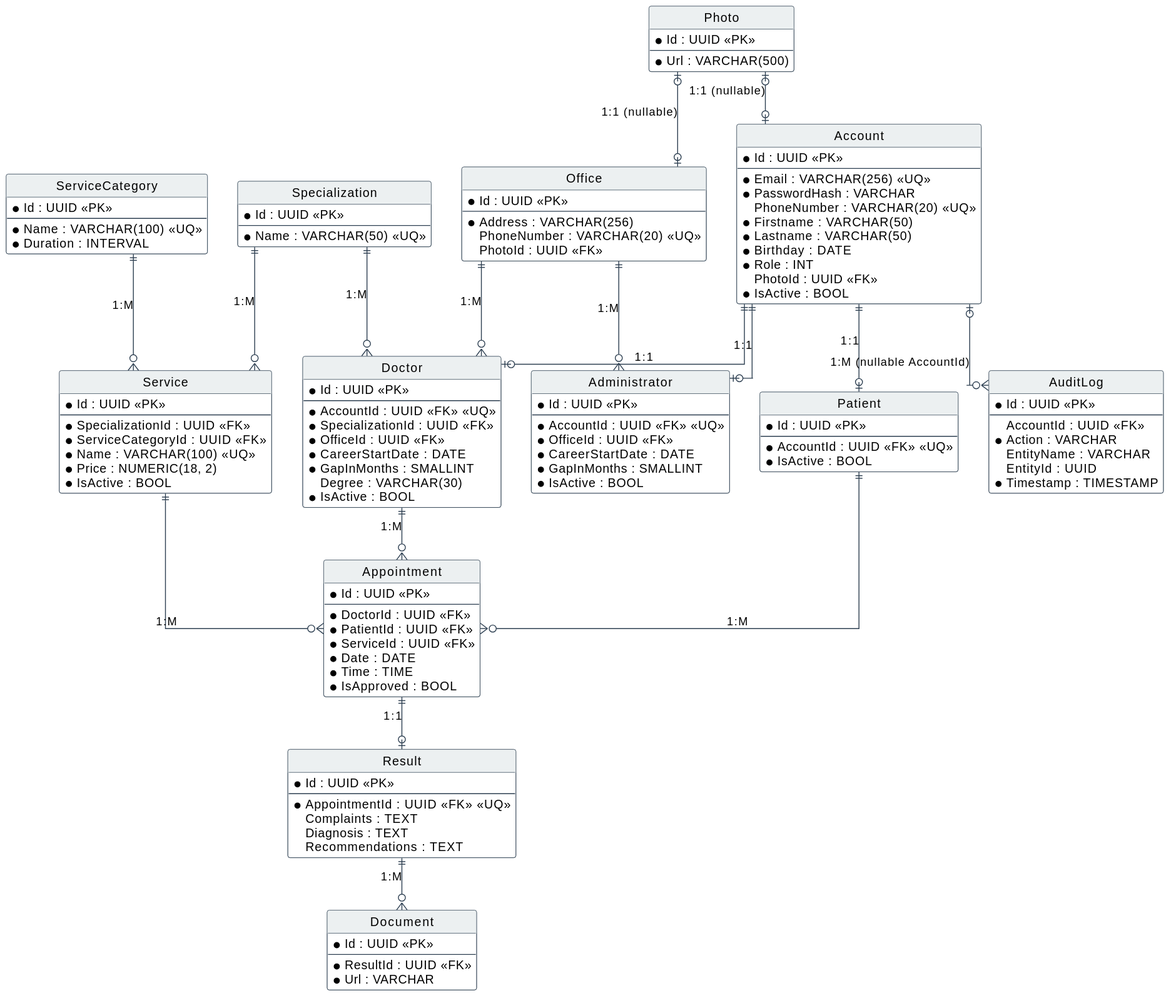
Earlier version of the PlantUML export LR1/diagram.svg (lapivan/DM-DBMS-BSUIR).
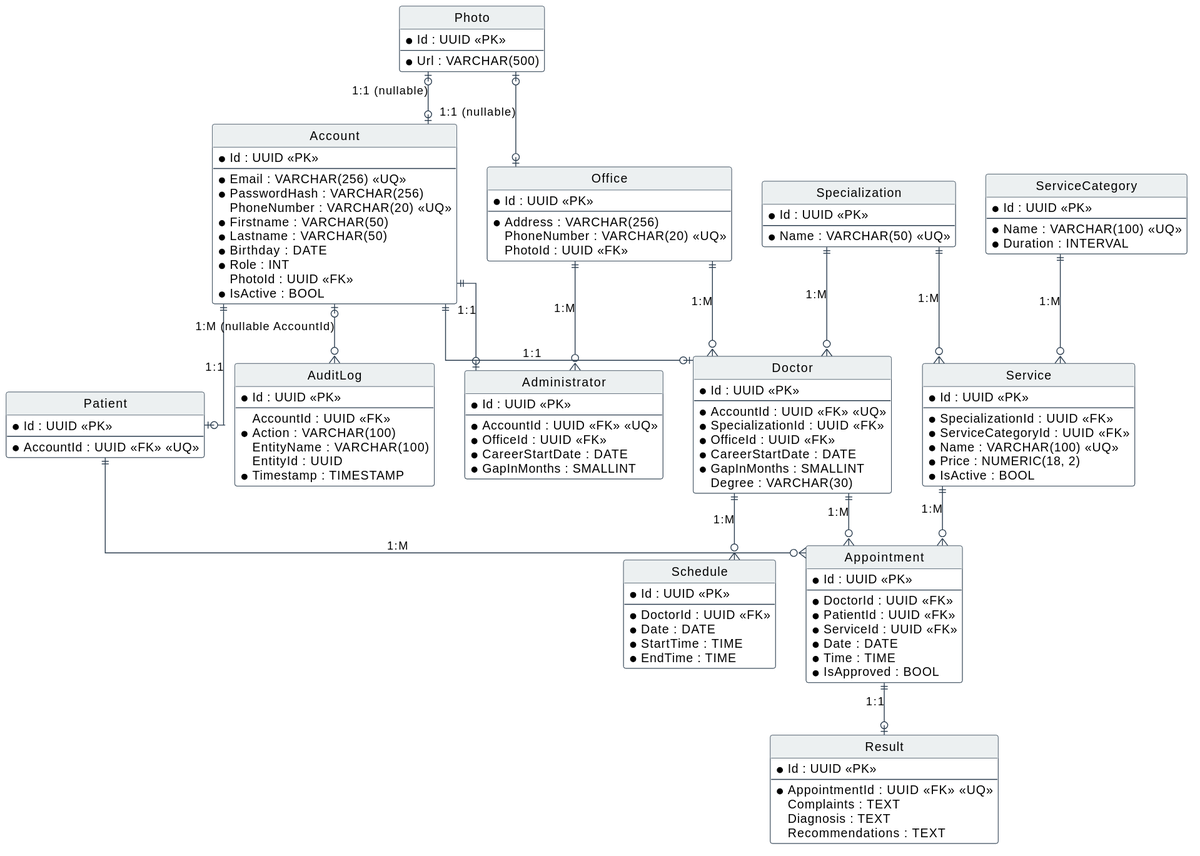
After the commit.

What changed in the source:
```diff
@@ -13,7 +13,7 @@
   * Id : UUID <<PK>>
   --
   * Email : VARCHAR(256) <<UQ>>
-  * PasswordHash : VARCHAR
+  * PasswordHash : VARCHAR(256)
   PhoneNumber : VARCHAR(20) <<UQ>>
   * Firstname : VARCHAR(50)
   * Lastname : VARCHAR(50)
@@ -27,7 +27,6 @@
   * Id : UUID <<PK>>
   --
   * AccountId : UUID <<FK>> <<UQ>>
-  * IsActive : BOOL
 }
 
 entity "Doctor" as Doctor {
@@ -39,7 +38,6 @@
   * CareerStartDate : DATE
   * GapInMonths : SMALLINT
   Degree : VARCHAR(30)
-  * IsActive : BOOL
 }
 
 entity "Administrator" as Administrator {
@@ -49,7 +47,6 @@
   * OfficeId : UUID <<FK>>
   * CareerStartDate : DATE
   * GapInMonths : SMALLINT
-  * IsActive : BOOL
 }
 
 entity "Office" as Office {
@@ -89,6 +86,15 @@
   * IsActive : BOOL
 }
 
+entity "Schedule" as Schedule {
+  * Id : UUID <<PK>>
+  --
+  * DoctorId : UUID <<FK>>
+  * Date : DATE
+  * StartTime : TIME
+  * EndTime : TIME
+}
+
 entity "Appointment" as Appointment {
   * Id : UUID <<PK>>
   --
@@ -109,19 +115,12 @@
   Recommendations : TEXT
 }
 
-entity "Document" as Document {
-  * Id : UUID <<PK>>
-  --
-  * ResultId : UUID <<FK>>
-  * Url : VARCHAR
-}
-
 entity "AuditLog" as AuditLog {
   * Id : UUID <<PK>>
   --
   AccountId : UUID <<FK>>
-  * Action : VARCHAR
-  EntityName : VARCHAR
+  * Action : VARCHAR(100)
+  EntityName : VARCHAR(100)
   EntityId : UUID
   * Timestamp : TIMESTAMP
 }
@@ -140,12 +139,13 @@
 Specialization ||--o{ Service : "1:M"
 ServiceCategory ||--o{ Service : "1:M"
 
+Doctor ||--o{ Schedule : "1:M"
+
 Doctor ||--o{ Appointment : "1:M"
 Patient ||--o{ Appointment : "1:M"
 Service ||--o{ Appointment : "1:M"
 
 Appointment ||--o| Result : "1:1"
-Result ||--o{ Document : "1:M"
 
 Account |o--o{ AuditLog : "1:M (nullable AccountId)"
 @enduml
```
